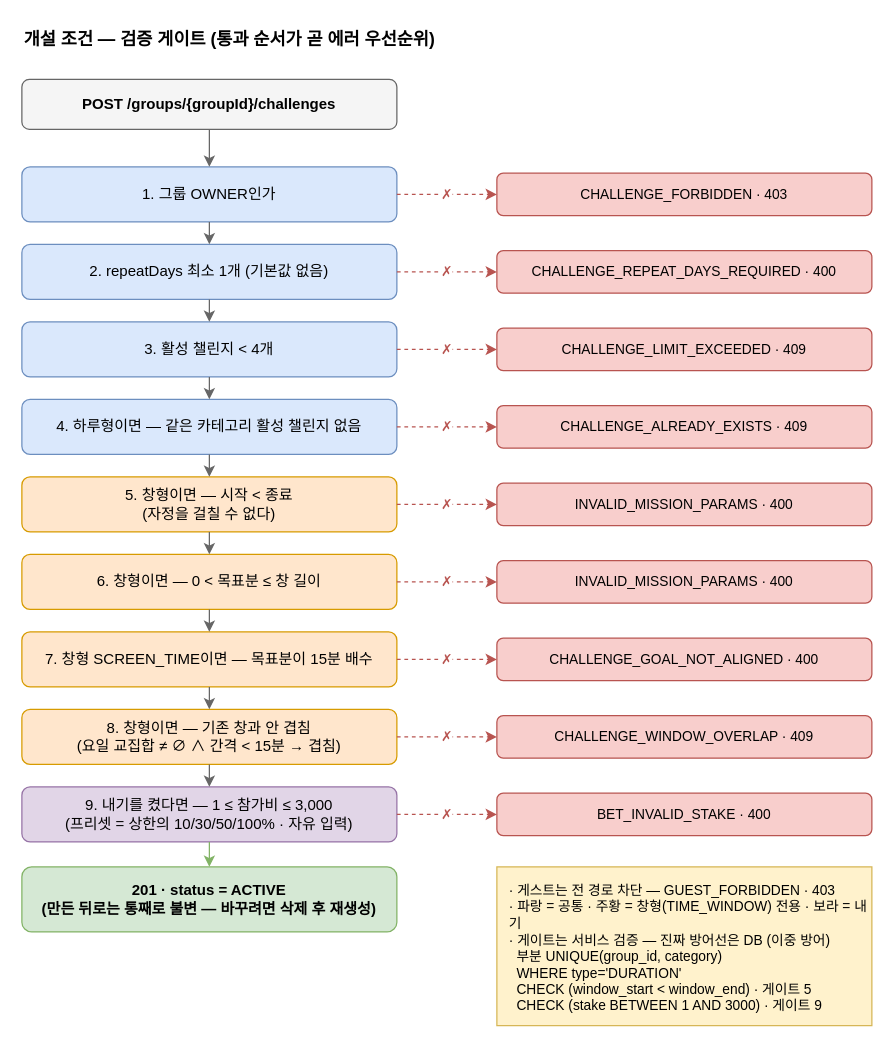
Above: docs/prd/challenge/diagrams/cond-01-create-gate.drawio in OneOrThree/phone (draw.io), before the change. Source tidied: cells renumbered, new cells numbered last; positions are measured from the earlier drawing's top-left corner, leaving out a move shared by most shapes. Both pictures are drawn from the tidied source at 125%, with x=0, y=0 at pixel (21, 21).
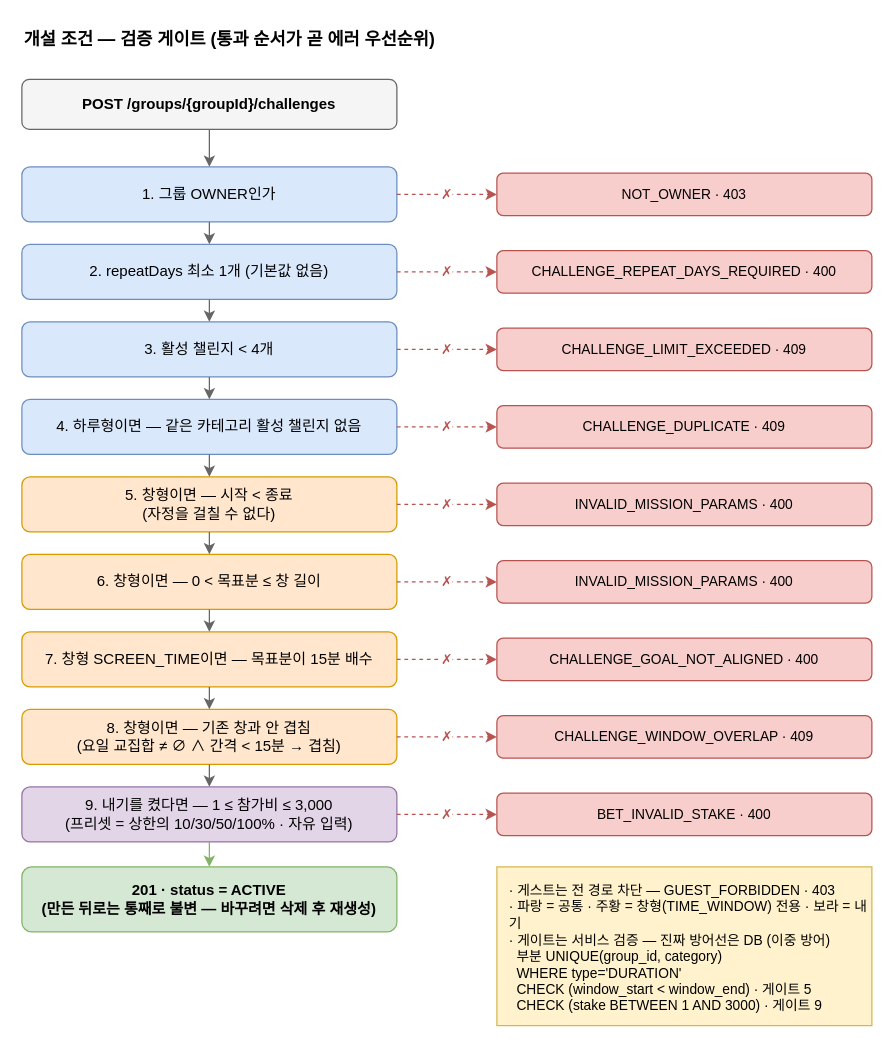
After the change.

The edit, as a diff of the source:
```diff
@@
-    <mxCell id="5" value="CHALLENGE_FORBIDDEN · 403" style="rounded=1;whiteSpace=wrap;html=1;fillColor=#f8cecc;strokeColor=#b85450;fontSize=11;" parent="1" vertex="1">
+    <mxCell id="5" value="NOT_OWNER · 403" style="rounded=1;whiteSpace=wrap;html=1;fillColor=#f8cecc;strokeColor=#b85450;fontSize=11;" parent="1" vertex="1">
       <mxGeometry x="380" y="121" width="300" height="34" as="geometry" />
     </mxCell>
@@
-    <mxCell id="11" value="CHALLENGE_ALREADY_EXISTS · 409" style="rounded=1;whiteSpace=wrap;html=1;fillColor=#f8cecc;strokeColor=#b85450;fontSize=11;" parent="1" vertex="1">
+    <mxCell id="11" value="CHALLENGE_DUPLICATE · 409" style="rounded=1;whiteSpace=wrap;html=1;fillColor=#f8cecc;strokeColor=#b85450;fontSize=11;" parent="1" vertex="1">
       <mxGeometry x="380" y="307" width="300" height="34" as="geometry" />
     </mxCell>
```
